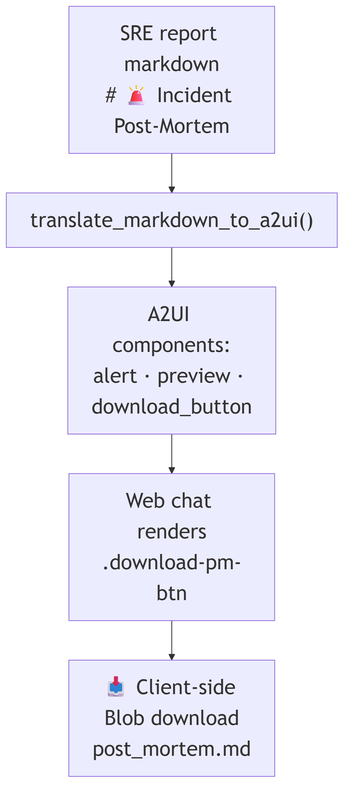
Above: blogpost_assets/postmortem-pipeline.png in xSAVIKx/sre-agent (Mermaid), before the change. Its source is kept beside it as blogpost_assets/postmortem-pipeline.mmd.
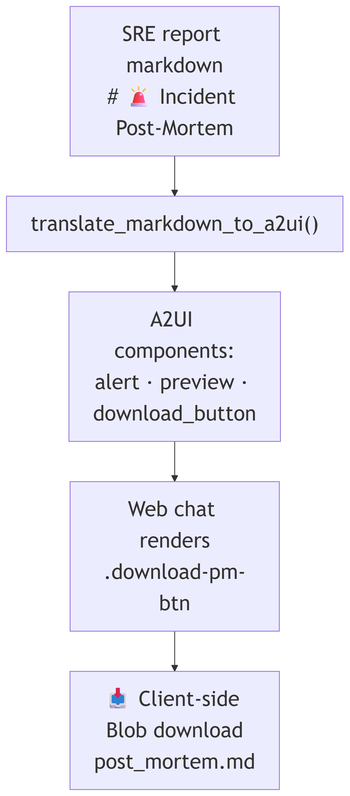
After the change.

Commit message:
docs: update mermaid diagrams to include `useMaxWidth: false` and adjust text content for clarity

The edit, as a diff of the source:
```diff
@@ -1,4 +1,4 @@
-%%{init: {'themeVariables': {'fontSize': '26px'}}}%%
+%%{init: {'flowchart': {'useMaxWidth': false}, 'themeVariables': {'fontSize': '26px'}}}%%
 flowchart TB
     R["SRE report markdown<br/># 🚨 Incident Post-Mortem"] --> T["translate_markdown_to_a2ui()"]
     T --> C["A2UI components:<br/>alert · preview · download_button"]
```
